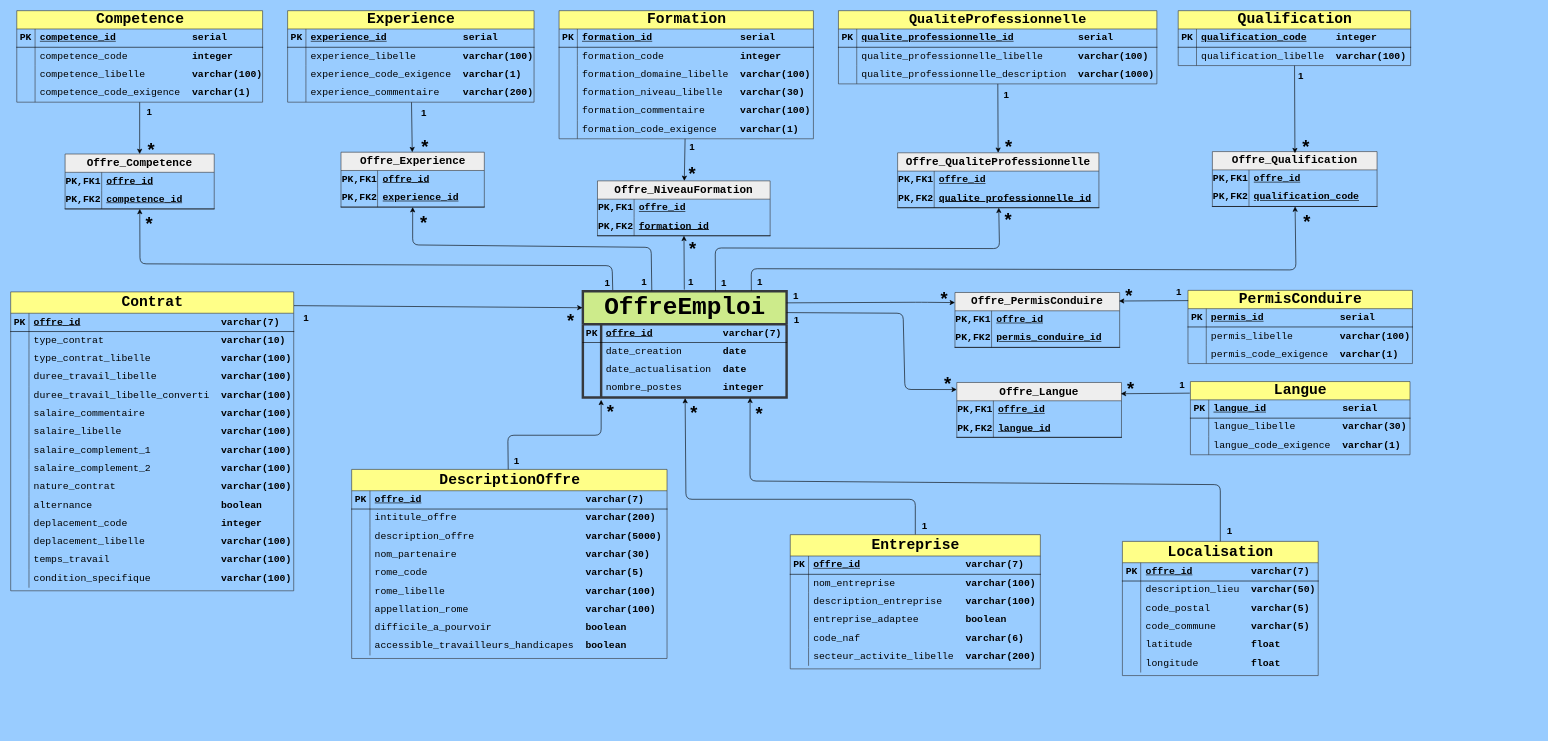
The draw.io diagram load_sql/UML.drawio in vimchun/Job-Market-in-France, before the edit. Source tidied: cells renumbered, new cells numbered last; positions are measured from the earlier drawing's top-left corner, leaving out a move shared by most shapes. Both pictures are drawn from the tidied source at 61%, with x=0, y=0 at pixel (10, 10).
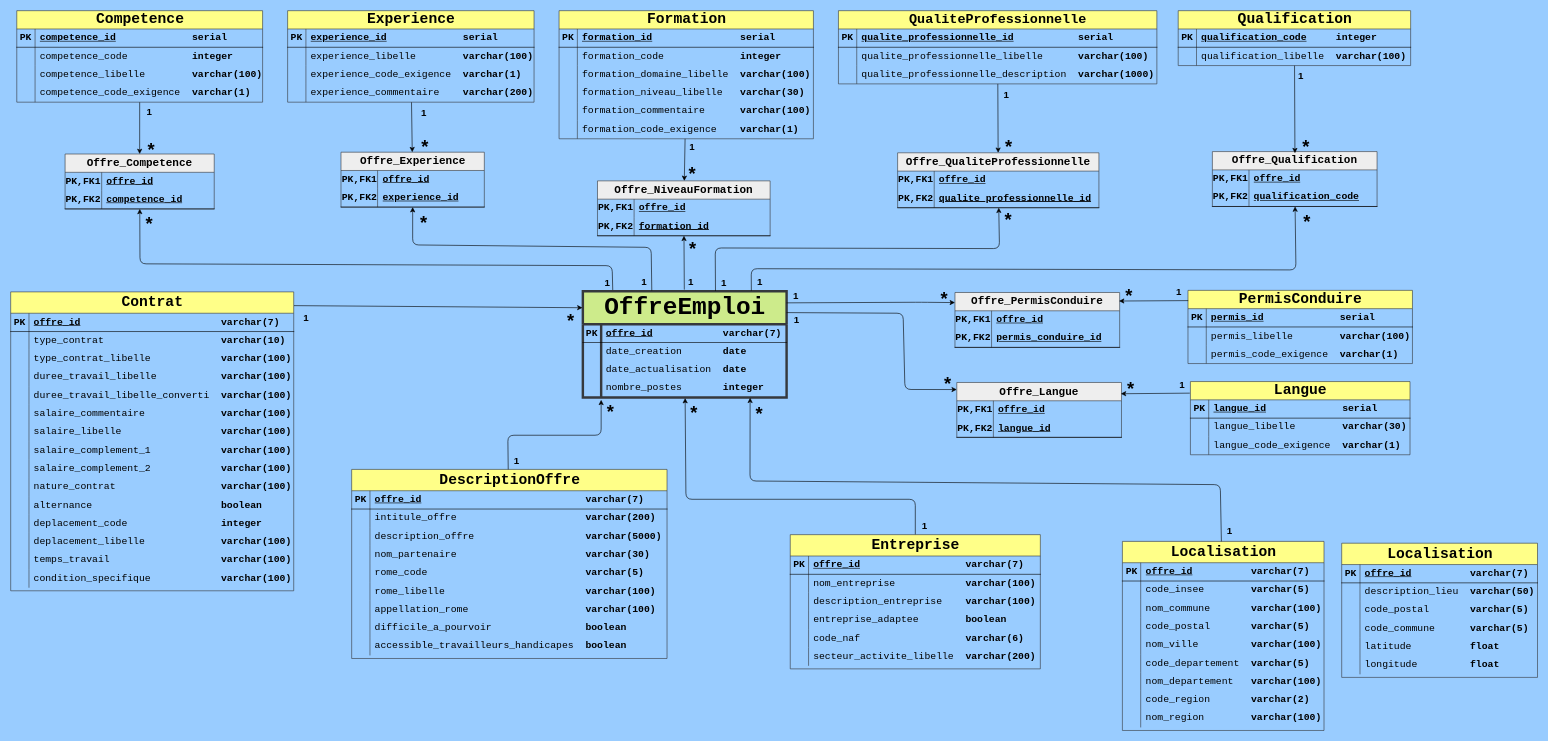
Above is the later version.

Commit message (it also covers changes not shown here):
update script pour créer les tables (pour la table Localisation avec les nouveaux attributs), et update du diagramme UML (drawio)

The edit, as a diff of the source:
```diff
@@
     <mxCell id="208" value="&lt;span style=&quot;font-size: 24px;&quot;&gt;Localisation&lt;/span&gt;" style="shape=table;startSize=35;childLayout=tableLayout;rowLines=0;fontStyle=1;align=center;html=1;fillColor=#ffff88;strokeColor=#36393d;rounded=0;fontFamily=Courier New;fontSize=16;" parent="1" vertex="1">
-      <mxGeometry x="1822.5" y="870" width="321" height="220" as="geometry" />
+      <mxGeometry x="1822.5" y="870" width="330.5" height="310" as="geometry" />
     </mxCell>
     <mxCell id="209" style="shape=tableRow;horizontal=0;startSize=0;swimlaneHead=0;swimlaneBody=0;fillColor=none;top=0;left=0;right=0;bottom=1;rounded=0;fontFamily=Courier New;fontSize=16;fontStyle=4;strokeColor=#000000;" parent="208" vertex="1">
-      <mxGeometry y="35" width="321" height="30" as="geometry" />
+      <mxGeometry y="35" width="330.5" height="30" as="geometry" />
     </mxCell>
@@
     <mxCell id="211" value="&lt;u&gt;offre_id&lt;/u&gt;&amp;nbsp; &amp;nbsp; &amp;nbsp; &amp;nbsp; &amp;nbsp; varchar(7)" style="shape=partialRectangle;fillColor=none;top=0;left=0;bottom=0;right=0;align=left;spacingLeft=6;fontStyle=1;overflow=hidden;whiteSpace=wrap;html=1;rounded=0;fontFamily=Courier New;fontSize=16;strokeColor=#000000;" parent="209" vertex="1">
-      <mxGeometry x="30" width="291" height="30" as="geometry" />
+      <mxGeometry x="30" width="300.5" height="30" as="geometry" />
     </mxCell>
-    <mxCell id="212" style="shape=tableRow;horizontal=0;startSize=0;swimlaneHead=0;swimlaneBody=0;fillColor=none;top=0;left=0;right=0;bottom=0;rounded=0;fontFamily=Courier New;fontSize=16;strokeColor=#000000;" parent="208" vertex="1">
-      <mxGeometry y="65" width="321" height="30" as="geometry" />
-    </mxCell>
-    <mxCell id="213" style="shape=partialRectangle;fillColor=none;top=0;left=0;bottom=0;right=0;overflow=hidden;whiteSpace=wrap;html=1;rounded=0;fontFamily=Courier New;fontSize=16;strokeColor=#000000;" parent="212" vertex="1">
-      <mxGeometry width="30" height="30" as="geometry" />
-    </mxCell>
-    <mxCell id="214" value="description_lieu&amp;nbsp; &lt;b&gt;varchar(50)&lt;/b&gt;" style="shape=partialRectangle;fillColor=none;top=0;left=0;bottom=0;right=0;align=left;spacingLeft=6;overflow=hidden;whiteSpace=wrap;html=1;rounded=0;fontFamily=Courier New;fontSize=16;strokeColor=#000000;" parent="212" vertex="1">
-      <mxGeometry x="30" width="291" height="30" as="geometry" />
-    </mxCell>
     <mxCell id="215" style="shape=tableRow;horizontal=0;startSize=0;swimlaneHead=0;swimlaneBody=0;fillColor=none;top=0;left=0;right=0;bottom=0;rounded=0;fontFamily=Courier New;fontSize=16;strokeColor=#000000;" parent="208" vertex="1">
-      <mxGeometry y="95" width="321" height="30" as="geometry" />
+      <mxGeometry y="65" width="330.5" height="30" as="geometry" />
     </mxCell>
@@
-    <mxCell id="217" value="&lt;span style=&quot;background-color: transparent;&quot;&gt;code_postal&amp;nbsp; &amp;nbsp; &amp;nbsp; &amp;nbsp;&lt;b style=&quot;color: light-dark(rgb(0, 0, 0), rgb(255, 255, 255));&quot;&gt;varchar(5)&lt;/b&gt;&lt;/span&gt;" style="shape=partialRectangle;fillColor=none;top=0;left=0;bottom=0;right=0;align=left;spacingLeft=6;overflow=hidden;whiteSpace=wrap;html=1;rounded=0;fontFamily=Courier New;fontSize=16;strokeColor=#000000;" parent="215" vertex="1">
-      <mxGeometry x="30" width="291" height="30" as="geometry" />
+    <mxCell id="217" value="&lt;span style=&quot;background-color: transparent;&quot;&gt;code_insee&amp;nbsp; &amp;nbsp; &amp;nbsp; &amp;nbsp;&amp;nbsp;&lt;b style=&quot;color: light-dark(rgb(0, 0, 0), rgb(255, 255, 255));&quot;&gt;varchar(5)&lt;/b&gt;&lt;/span&gt;" style="shape=partialRectangle;fillColor=none;top=0;left=0;bottom=0;right=0;align=left;spacingLeft=6;overflow=hidden;whiteSpace=wrap;html=1;rounded=0;fontFamily=Courier New;fontSize=16;strokeColor=#000000;" parent="215" vertex="1">
+      <mxGeometry x="30" width="300.5" height="30" as="geometry" />
     </mxCell>
+    <mxCell id="313" style="shape=tableRow;horizontal=0;startSize=0;swimlaneHead=0;swimlaneBody=0;fillColor=none;top=0;left=0;right=0;bottom=0;rounded=0;fontFamily=Courier New;fontSize=16;strokeColor=#000000;" parent="208" vertex="1">
+      <mxGeometry y="95" width="330.5" height="30" as="geometry" />
+    </mxCell>
+    <mxCell id="314" style="shape=partialRectangle;fillColor=none;top=0;left=0;bottom=0;right=0;overflow=hidden;whiteSpace=wrap;html=1;rounded=0;fontFamily=Courier New;fontSize=16;strokeColor=#000000;" parent="313" vertex="1">
+      <mxGeometry width="30" height="30" as="geometry" />
+    </mxCell>
+    <mxCell id="315" value="&lt;span style=&quot;background-color: transparent;&quot;&gt;nom_commune&amp;nbsp; &amp;nbsp; &amp;nbsp; &amp;nbsp;&lt;b style=&quot;color: light-dark(rgb(0, 0, 0), rgb(255, 255, 255));&quot;&gt;varchar(100)&lt;/b&gt;&lt;/span&gt;" style="shape=partialRectangle;fillColor=none;top=0;left=0;bottom=0;right=0;align=left;spacingLeft=6;overflow=hidden;whiteSpace=wrap;html=1;rounded=0;fontFamily=Courier New;fontSize=16;strokeColor=#000000;" parent="313" vertex="1">
+      <mxGeometry x="30" width="300.5" height="30" as="geometry" />
+    </mxCell>
+    <mxCell id="316" style="shape=tableRow;horizontal=0;startSize=0;swimlaneHead=0;swimlaneBody=0;fillColor=none;top=0;left=0;right=0;bottom=0;rounded=0;fontFamily=Courier New;fontSize=16;strokeColor=#000000;" parent="208" vertex="1">
+      <mxGeometry y="125" width="330.5" height="30" as="geometry" />
+    </mxCell>
+    <mxCell id="317" style="shape=partialRectangle;fillColor=none;top=0;left=0;bottom=0;right=0;overflow=hidden;whiteSpace=wrap;html=1;rounded=0;fontFamily=Courier New;fontSize=16;strokeColor=#000000;" parent="316" vertex="1">
+      <mxGeometry width="30" height="30" as="geometry" />
+    </mxCell>
+    <mxCell id="318" value="&lt;span style=&quot;background-color: transparent;&quot;&gt;code_postal&amp;nbsp; &amp;nbsp; &amp;nbsp; &amp;nbsp;&lt;b style=&quot;color: light-dark(rgb(0, 0, 0), rgb(255, 255, 255));&quot;&gt;varchar(5)&lt;/b&gt;&lt;/span&gt;" style="shape=partialRectangle;fillColor=none;top=0;left=0;bottom=0;right=0;align=left;spacingLeft=6;overflow=hidden;whiteSpace=wrap;html=1;rounded=0;fontFamily=Courier New;fontSize=16;strokeColor=#000000;" parent="316" vertex="1">
+      <mxGeometry x="30" width="300.5" height="30" as="geometry" />
+    </mxCell>
+    <mxCell id="319" style="shape=tableRow;horizontal=0;startSize=0;swimlaneHead=0;swimlaneBody=0;fillColor=none;top=0;left=0;right=0;bottom=0;rounded=0;fontFamily=Courier New;fontSize=16;strokeColor=#000000;" parent="208" vertex="1">
+      <mxGeometry y="155" width="330.5" height="30" as="geometry" />
+    </mxCell>
+    <mxCell id="320" style="shape=partialRectangle;fillColor=none;top=0;left=0;bottom=0;right=0;overflow=hidden;whiteSpace=wrap;html=1;rounded=0;fontFamily=Courier New;fontSize=16;strokeColor=#000000;" parent="319" vertex="1">
+      <mxGeometry width="30" height="30" as="geometry" />
+    </mxCell>
+    <mxCell id="321" value="&lt;span style=&quot;background-color: transparent;&quot;&gt;nom_ville&amp;nbsp; &amp;nbsp; &amp;nbsp; &amp;nbsp; &amp;nbsp;&lt;b style=&quot;color: light-dark(rgb(0, 0, 0), rgb(255, 255, 255));&quot;&gt;varchar(100)&lt;/b&gt;&lt;/span&gt;" style="shape=partialRectangle;fillColor=none;top=0;left=0;bottom=0;right=0;align=left;spacingLeft=6;overflow=hidden;whiteSpace=wrap;html=1;rounded=0;fontFamily=Courier New;fontSize=16;strokeColor=#000000;" parent="319" vertex="1">
+      <mxGeometry x="30" width="300.5" height="30" as="geometry" />
+    </mxCell>
+    <mxCell id="322" style="shape=tableRow;horizontal=0;startSize=0;swimlaneHead=0;swimlaneBody=0;fillColor=none;top=0;left=0;right=0;bottom=0;rounded=0;fontFamily=Courier New;fontSize=16;strokeColor=#000000;" parent="208" vertex="1">
+      <mxGeometry y="185" width="330.5" height="30" as="geometry" />
+    </mxCell>
+    <mxCell id="323" style="shape=partialRectangle;fillColor=none;top=0;left=0;bottom=0;right=0;overflow=hidden;whiteSpace=wrap;html=1;rounded=0;fontFamily=Courier New;fontSize=16;strokeColor=#000000;" parent="322" vertex="1">
+      <mxGeometry width="30" height="30" as="geometry" />
+    </mxCell>
+    <mxCell id="324" value="&lt;span style=&quot;background-color: transparent;&quot;&gt;code_departement&amp;nbsp;&amp;nbsp;&lt;b style=&quot;color: light-dark(rgb(0, 0, 0), rgb(255, 255, 255));&quot;&gt;varchar(5)&lt;/b&gt;&lt;/span&gt;" style="shape=partialRectangle;fillColor=none;top=0;left=0;bottom=0;right=0;align=left;spacingLeft=6;overflow=hidden;whiteSpace=wrap;html=1;rounded=0;fontFamily=Courier New;fontSize=16;strokeColor=#000000;" parent="322" vertex="1">
+      <mxGeometry x="30" width="300.5" height="30" as="geometry" />
+    </mxCell>
     <mxCell id="218" style="shape=tableRow;horizontal=0;startSize=0;swimlaneHead=0;swimlaneBody=0;fillColor=none;top=0;left=0;right=0;bottom=0;rounded=0;fontFamily=Courier New;fontSize=16;strokeColor=#000000;" parent="208" vertex="1">
-      <mxGeometry y="125" width="321" height="30" as="geometry" />
+      <mxGeometry y="215" width="330.5" height="30" as="geometry" />
     </mxCell>
@@
-    <mxCell id="220" value="&lt;span style=&quot;background-color: transparent;&quot;&gt;code_commune&amp;nbsp;&amp;nbsp;&lt;font color=&quot;rgba(0, 0, 0, 0)&quot;&gt;&amp;nbsp; &amp;nbsp;&amp;nbsp;&lt;/font&gt;&lt;b style=&quot;color: light-dark(rgb(0, 0, 0), rgb(255, 255, 255));&quot;&gt;varchar(5)&lt;/b&gt;&lt;/span&gt;" style="shape=partialRectangle;fillColor=none;top=0;left=0;bottom=0;right=0;align=left;spacingLeft=6;overflow=hidden;whiteSpace=wrap;html=1;rounded=0;fontFamily=Courier New;fontSize=16;strokeColor=#000000;" parent="218" vertex="1">
-      <mxGeometry x="30" width="291" height="30" as="geometry" />
+    <mxCell id="220" value="&lt;span style=&quot;background-color: transparent;&quot;&gt;nom_departement&amp;nbsp;&amp;nbsp;&lt;font color=&quot;rgba(0, 0, 0, 0)&quot;&gt;&amp;nbsp;&lt;/font&gt;&lt;b style=&quot;color: light-dark(rgb(0, 0, 0), rgb(255, 255, 255));&quot;&gt;varchar(100)&lt;/b&gt;&lt;/span&gt;" style="shape=partialRectangle;fillColor=none;top=0;left=0;bottom=0;right=0;align=left;spacingLeft=6;overflow=hidden;whiteSpace=wrap;html=1;rounded=0;fontFamily=Courier New;fontSize=16;strokeColor=#000000;" parent="218" vertex="1">
+      <mxGeometry x="30" width="300.5" height="30" as="geometry" />
     </mxCell>
     <mxCell id="221" style="shape=tableRow;horizontal=0;startSize=0;swimlaneHead=0;swimlaneBody=0;fillColor=none;top=0;left=0;right=0;bottom=0;rounded=0;fontFamily=Courier New;fontSize=16;strokeColor=#000000;" parent="208" vertex="1">
-      <mxGeometry y="155" width="321" height="30" as="geometry" />
+      <mxGeometry y="245" width="330.5" height="30" as="geometry" />
     </mxCell>
@@
-    <mxCell id="223" value="&lt;span style=&quot;background-color: transparent;&quot;&gt;latitude&amp;nbsp; &amp;nbsp; &amp;nbsp;&lt;font color=&quot;rgba(0, 0, 0, 0)&quot;&gt;&amp;nbsp; &amp;nbsp; &amp;nbsp;&lt;/font&gt;&lt;b style=&quot;color: light-dark(rgb(0, 0, 0), rgb(255, 255, 255));&quot;&gt;float&lt;/b&gt;&lt;/span&gt;" style="shape=partialRectangle;fillColor=none;top=0;left=0;bottom=0;right=0;align=left;spacingLeft=6;overflow=hidden;whiteSpace=wrap;html=1;rounded=0;fontFamily=Courier New;fontSize=16;strokeColor=#000000;" parent="221" vertex="1">
-      <mxGeometry x="30" width="291" height="30" as="geometry" />
+    <mxCell id="223" value="&lt;span style=&quot;background-color: transparent;&quot;&gt;code_region&amp;nbsp; &amp;nbsp; &amp;nbsp; &amp;nbsp;&lt;b&gt;varchar(2)&lt;/b&gt;&lt;/span&gt;" style="shape=partialRectangle;fillColor=none;top=0;left=0;bottom=0;right=0;align=left;spacingLeft=6;overflow=hidden;whiteSpace=wrap;html=1;rounded=0;fontFamily=Courier New;fontSize=16;strokeColor=#000000;" parent="221" vertex="1">
+      <mxGeometry x="30" width="300.5" height="30" as="geometry" />
     </mxCell>
     <mxCell id="224" style="shape=tableRow;horizontal=0;startSize=0;swimlaneHead=0;swimlaneBody=0;fillColor=none;top=0;left=0;right=0;bottom=0;rounded=0;fontFamily=Courier New;fontSize=16;strokeColor=#000000;" parent="208" vertex="1">
-      <mxGeometry y="185" width="321" height="30" as="geometry" />
+      <mxGeometry y="275" width="330.5" height="30" as="geometry" />
     </mxCell>
@@
-    <mxCell id="226" value="longitude&amp;nbsp; &amp;nbsp;&amp;nbsp;&lt;font&gt;&amp;nbsp; &amp;nbsp; &amp;nbsp;&lt;/font&gt;&lt;b style=&quot;color: light-dark(rgb(0, 0, 0), rgb(255, 255, 255));&quot;&gt;float&lt;/b&gt;" style="shape=partialRectangle;fillColor=none;top=0;left=0;bottom=0;right=0;align=left;spacingLeft=6;overflow=hidden;whiteSpace=wrap;html=1;rounded=0;fontFamily=Courier New;fontSize=16;strokeColor=#000000;" parent="224" vertex="1">
-      <mxGeometry x="30" width="291" height="30" as="geometry" />
+    <mxCell id="226" value="nom_region&amp;nbsp; &amp;nbsp;&amp;nbsp;&lt;font&gt;&amp;nbsp; &amp;nbsp;&amp;nbsp;&lt;b&gt;varchar(100)&lt;/b&gt;&lt;/font&gt;" style="shape=partialRectangle;fillColor=none;top=0;left=0;bottom=0;right=0;align=left;spacingLeft=6;overflow=hidden;whiteSpace=wrap;html=1;rounded=0;fontFamily=Courier New;fontSize=16;strokeColor=#000000;" parent="224" vertex="1">
+      <mxGeometry x="30" width="300.5" height="30" as="geometry" />
     </mxCell>
@@
+    <mxCell id="325" value="&lt;span style=&quot;font-size: 24px;&quot;&gt;Localisation&lt;/span&gt;" style="shape=table;startSize=35;childLayout=tableLayout;rowLines=0;fontStyle=1;align=center;html=1;fillColor=#ffff88;strokeColor=#36393d;rounded=0;fontFamily=Courier New;fontSize=16;" parent="1" vertex="1">
+      <mxGeometry x="2182" y="873" width="321" height="220" as="geometry" />
+    </mxCell>
+    <mxCell id="326" style="shape=tableRow;horizontal=0;startSize=0;swimlaneHead=0;swimlaneBody=0;fillColor=none;top=0;left=0;right=0;bottom=1;rounded=0;fontFamily=Courier New;fontSize=16;fontStyle=4;strokeColor=#000000;" parent="325" vertex="1">
+      <mxGeometry y="35" width="321" height="30" as="geometry" />
+    </mxCell>
+    <mxCell id="327" value="PK" style="shape=partialRectangle;fillColor=none;top=0;left=0;bottom=0;right=0;fontStyle=1;overflow=hidden;whiteSpace=wrap;html=1;rounded=0;fontFamily=Courier New;fontSize=16;strokeColor=#000000;" parent="326" vertex="1">
+      <mxGeometry width="30" height="30" as="geometry" />
+    </mxCell>
+    <mxCell id="328" value="&lt;u&gt;offre_id&lt;/u&gt;&amp;nbsp; &amp;nbsp; &amp;nbsp; &amp;nbsp; &amp;nbsp; varchar(7)" style="shape=partialRectangle;fillColor=none;top=0;left=0;bottom=0;right=0;align=left;spacingLeft=6;fontStyle=1;overflow=hidden;whiteSpace=wrap;html=1;rounded=0;fontFamily=Courier New;fontSize=16;strokeColor=#000000;" parent="326" vertex="1">
+      <mxGeometry x="30" width="291" height="30" as="geometry" />
+    </mxCell>
+    <mxCell id="212" style="shape=tableRow;horizontal=0;startSize=0;swimlaneHead=0;swimlaneBody=0;fillColor=none;top=0;left=0;right=0;bottom=0;rounded=0;fontFamily=Courier New;fontSize=16;strokeColor=#000000;" parent="325" vertex="1">
+      <mxGeometry y="65" width="321" height="30" as="geometry" />
+    </mxCell>
+    <mxCell id="329" style="shape=partialRectangle;fillColor=none;top=0;left=0;bottom=0;right=0;overflow=hidden;whiteSpace=wrap;html=1;rounded=0;fontFamily=Courier New;fontSize=16;strokeColor=#000000;" parent="212" vertex="1">
+      <mxGeometry width="30" height="30" as="geometry" />
+    </mxCell>
+    <mxCell id="214" value="description_lieu&amp;nbsp; &lt;b&gt;varchar(50)&lt;/b&gt;" style="shape=partialRectangle;fillColor=none;top=0;left=0;bottom=0;right=0;align=left;spacingLeft=6;overflow=hidden;whiteSpace=wrap;html=1;rounded=0;fontFamily=Courier New;fontSize=16;strokeColor=#000000;" parent="212" vertex="1">
+      <mxGeometry x="30" width="291" height="30" as="geometry" />
+    </mxCell>
+    <mxCell id="330" style="shape=tableRow;horizontal=0;startSize=0;swimlaneHead=0;swimlaneBody=0;fillColor=none;top=0;left=0;right=0;bottom=0;rounded=0;fontFamily=Courier New;fontSize=16;strokeColor=#000000;" parent="325" vertex="1">
+      <mxGeometry y="95" width="321" height="30" as="geometry" />
+    </mxCell>
+    <mxCell id="331" style="shape=partialRectangle;fillColor=none;top=0;left=0;bottom=0;right=0;overflow=hidden;whiteSpace=wrap;html=1;rounded=0;fontFamily=Courier New;fontSize=16;strokeColor=#000000;" parent="330" vertex="1">
+      <mxGeometry width="30" height="30" as="geometry" />
+    </mxCell>
+    <mxCell id="332" value="&lt;span style=&quot;background-color: transparent;&quot;&gt;code_postal&amp;nbsp; &amp;nbsp; &amp;nbsp; &amp;nbsp;&lt;b style=&quot;color: light-dark(rgb(0, 0, 0), rgb(255, 255, 255));&quot;&gt;varchar(5)&lt;/b&gt;&lt;/span&gt;" style="shape=partialRectangle;fillColor=none;top=0;left=0;bottom=0;right=0;align=left;spacingLeft=6;overflow=hidden;whiteSpace=wrap;html=1;rounded=0;fontFamily=Courier New;fontSize=16;strokeColor=#000000;" parent="330" vertex="1">
+      <mxGeometry x="30" width="291" height="30" as="geometry" />
+    </mxCell>
+    <mxCell id="333" style="shape=tableRow;horizontal=0;startSize=0;swimlaneHead=0;swimlaneBody=0;fillColor=none;top=0;left=0;right=0;bottom=0;rounded=0;fontFamily=Courier New;fontSize=16;strokeColor=#000000;" parent="325" vertex="1">
+      <mxGeometry y="125" width="321" height="30" as="geometry" />
+    </mxCell>
+    <mxCell id="334" style="shape=partialRectangle;fillColor=none;top=0;left=0;bottom=0;right=0;overflow=hidden;whiteSpace=wrap;html=1;rounded=0;fontFamily=Courier New;fontSize=16;strokeColor=#000000;" parent="333" vertex="1">
+      <mxGeometry width="30" height="30" as="geometry" />
+    </mxCell>
+    <mxCell id="335" value="&lt;span style=&quot;background-color: transparent;&quot;&gt;code_commune&amp;nbsp;&amp;nbsp;&lt;font color=&quot;rgba(0, 0, 0, 0)&quot;&gt;&amp;nbsp; &amp;nbsp;&amp;nbsp;&lt;/font&gt;&lt;b style=&quot;color: light-dark(rgb(0, 0, 0), rgb(255, 255, 255));&quot;&gt;varchar(5)&lt;/b&gt;&lt;/span&gt;" style="shape=partialRectangle;fillColor=none;top=0;left=0;bottom=0;right=0;align=left;spacingLeft=6;overflow=hidden;whiteSpace=wrap;html=1;rounded=0;fontFamily=Courier New;fontSize=16;strokeColor=#000000;" parent="333" vertex="1">
+      <mxGeometry x="30" width="291" height="30" as="geometry" />
+    </mxCell>
+    <mxCell id="336" style="shape=tableRow;horizontal=0;startSize=0;swimlaneHead=0;swimlaneBody=0;fillColor=none;top=0;left=0;right=0;bottom=0;rounded=0;fontFamily=Courier New;fontSize=16;strokeColor=#000000;" parent="325" vertex="1">
+      <mxGeometry y="155" width="321" height="30" as="geometry" />
+    </mxCell>
+    <mxCell id="337" style="shape=partialRectangle;fillColor=none;top=0;left=0;bottom=0;right=0;overflow=hidden;whiteSpace=wrap;html=1;rounded=0;fontFamily=Courier New;fontSize=16;strokeColor=#000000;" parent="336" vertex="1">
+      <mxGeometry width="30" height="30" as="geometry" />
+    </mxCell>
+    <mxCell id="338" value="&lt;span style=&quot;background-color: transparent;&quot;&gt;latitude&amp;nbsp; &amp;nbsp; &amp;nbsp;&lt;font color=&quot;rgba(0, 0, 0, 0)&quot;&gt;&amp;nbsp; &amp;nbsp; &amp;nbsp;&lt;/font&gt;&lt;b style=&quot;color: light-dark(rgb(0, 0, 0), rgb(255, 255, 255));&quot;&gt;float&lt;/b&gt;&lt;/span&gt;" style="shape=partialRectangle;fillColor=none;top=0;left=0;bottom=0;right=0;align=left;spacingLeft=6;overflow=hidden;whiteSpace=wrap;html=1;rounded=0;fontFamily=Courier New;fontSize=16;strokeColor=#000000;" parent="336" vertex="1">
+      <mxGeometry x="30" width="291" height="30" as="geometry" />
+    </mxCell>
+    <mxCell id="339" style="shape=tableRow;horizontal=0;startSize=0;swimlaneHead=0;swimlaneBody=0;fillColor=none;top=0;left=0;right=0;bottom=0;rounded=0;fontFamily=Courier New;fontSize=16;strokeColor=#000000;" parent="325" vertex="1">
+      <mxGeometry y="185" width="321" height="30" as="geometry" />
+    </mxCell>
+    <mxCell id="340" style="shape=partialRectangle;fillColor=none;top=0;left=0;bottom=0;right=0;overflow=hidden;whiteSpace=wrap;html=1;rounded=0;fontFamily=Courier New;fontSize=16;strokeColor=#000000;" parent="339" vertex="1">
+      <mxGeometry width="30" height="30" as="geometry" />
+    </mxCell>
+    <mxCell id="341" value="longitude&amp;nbsp; &amp;nbsp;&amp;nbsp;&lt;font&gt;&amp;nbsp; &amp;nbsp; &amp;nbsp;&lt;/font&gt;&lt;b style=&quot;color: light-dark(rgb(0, 0, 0), rgb(255, 255, 255));&quot;&gt;float&lt;/b&gt;" style="shape=partialRectangle;fillColor=none;top=0;left=0;bottom=0;right=0;align=left;spacingLeft=6;overflow=hidden;whiteSpace=wrap;html=1;rounded=0;fontFamily=Courier New;fontSize=16;strokeColor=#000000;" parent="339" vertex="1">
+      <mxGeometry x="30" width="291" height="30" as="geometry" />
+    </mxCell>
```
